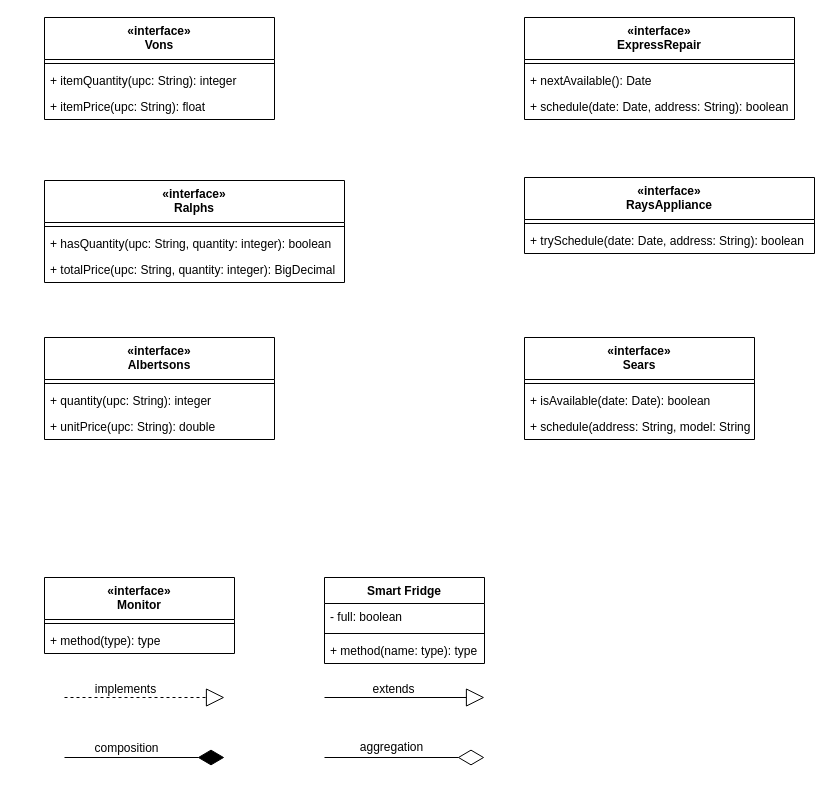
nateqdruen/CISC210Final keeps this draw.io diagram as page "ClassDiagram_SmartFridge" (1 of 2) of FinalExample.drawio. Above is the earlier version. Source tidied: cells renumbered, new cells numbered last; positions are measured from the earlier drawing's top-left corner, leaving out a move shared by most shapes. Both pictures are drawn from the tidied source at 100%, with x=0, y=0 at pixel (44, 17).
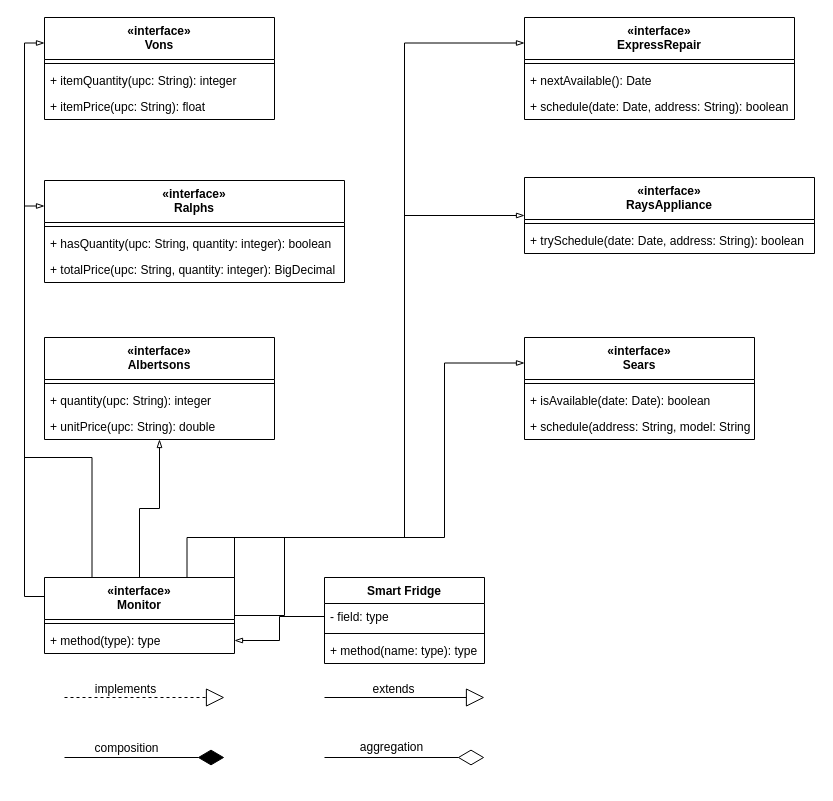
The same diagram, later.

The change refers to these unchanged cells:
```xml
<mxCell id="2" value="«interface»&#10;Vons" style="swimlane;fontStyle=1;align=center;verticalAlign=top;horizontal=1;startSize=42;" parent="1" vertex="1">
  <mxGeometry width="230" height="102" as="geometry" />
</mxCell>
<mxCell id="6" value="«interface»&#10;ExpressRepair" style="swimlane;fontStyle=1;align=center;verticalAlign=top;horizontal=1;startSize=42;" parent="1" vertex="1">
  <mxGeometry x="480" width="270" height="102" as="geometry" />
</mxCell>
<mxCell id="10" value="«interface»&#10;Sears" style="swimlane;fontStyle=1;align=center;verticalAlign=top;horizontal=1;startSize=42;" parent="1" vertex="1">
  <mxGeometry x="480" y="320" width="230" height="102" as="geometry" />
</mxCell>
<mxCell id="14" value="«interface»&#10;RaysAppliance" style="swimlane;fontStyle=1;align=center;verticalAlign=top;horizontal=1;startSize=42;" parent="1" vertex="1">
  <mxGeometry x="480" y="160" width="290" height="76" as="geometry" />
</mxCell>
<mxCell id="17" value="«interface»&#10;Albertsons" style="swimlane;fontStyle=1;align=center;verticalAlign=top;horizontal=1;startSize=42;" parent="1" vertex="1">
  <mxGeometry y="320" width="230" height="102" as="geometry" />
</mxCell>
<mxCell id="21" value="«interface»&#10;Ralphs" style="swimlane;fontStyle=1;align=center;verticalAlign=top;horizontal=1;startSize=42;" parent="1" vertex="1">
  <mxGeometry y="163" width="300" height="102" as="geometry" />
</mxCell>
<mxCell id="25" value="«interface»&#10;Monitor" style="swimlane;fontStyle=1;align=center;verticalAlign=top;horizontal=1;startSize=42;" parent="1" vertex="1">
  <mxGeometry y="560" width="190" height="76" as="geometry" />
</mxCell>
<mxCell id="27" value="+ method(type): type" style="text;strokeColor=none;fillColor=none;align=left;verticalAlign=top;spacingLeft=4;spacingRight=4;overflow=hidden;points=[[0,0.5],[1,0.5]];portConstraint=eastwest;" parent="25" vertex="1">
  <mxGeometry y="50" width="190" height="26" as="geometry" />
</mxCell>
<mxCell id="28" value="Smart Fridge" style="swimlane;fontStyle=1;align=center;verticalAlign=top;horizontal=1;startSize=26;" parent="1" vertex="1">
  <mxGeometry x="280" y="560" width="160" height="86" as="geometry" />
</mxCell>
```

What changed in the source:
```diff
@@
+    <mxCell id="40" style="edgeStyle=orthogonalEdgeStyle;rounded=0;jettySize=auto;html=1;endArrow=blockThin;endFill=0;" parent="1" edge="1" source="25" target="17">
+      <mxGeometry relative="1" as="geometry" />
+    </mxCell>
+    <mxCell id="41" style="edgeStyle=orthogonalEdgeStyle;rounded=0;jettySize=auto;html=1;exitX=0.25;exitY=0;exitDx=0;exitDy=0;entryX=0;entryY=0.25;entryDx=0;entryDy=0;endArrow=blockThin;endFill=0;" parent="1" edge="1" source="25" target="21">
+      <mxGeometry relative="1" as="geometry">
+        <Array as="points">
+          <mxPoint x="47" y="440" />
+          <mxPoint x="-20" y="440" />
+          <mxPoint x="-20" y="189" />
+        </Array>
+      </mxGeometry>
+    </mxCell>
+    <mxCell id="42" style="edgeStyle=orthogonalEdgeStyle;rounded=0;jettySize=auto;html=1;exitX=0;exitY=0.25;exitDx=0;exitDy=0;entryX=0;entryY=0.25;entryDx=0;entryDy=0;endArrow=blockThin;endFill=0;" parent="1" edge="1" source="25" target="2">
+      <mxGeometry relative="1" as="geometry" />
+    </mxCell>
+    <mxCell id="43" style="edgeStyle=orthogonalEdgeStyle;rounded=0;jettySize=auto;html=1;exitX=1;exitY=0.5;exitDx=0;exitDy=0;entryX=0;entryY=0.25;entryDx=0;entryDy=0;endArrow=blockThin;endFill=0;" parent="1" edge="1" source="25" target="10">
+      <mxGeometry relative="1" as="geometry">
+        <Array as="points">
+          <mxPoint x="240" y="598" />
+          <mxPoint x="240" y="520" />
+          <mxPoint x="400" y="520" />
+          <mxPoint x="400" y="345" />
+        </Array>
+      </mxGeometry>
+    </mxCell>
+    <mxCell id="44" style="edgeStyle=orthogonalEdgeStyle;rounded=0;jettySize=auto;html=1;exitX=1;exitY=0.25;exitDx=0;exitDy=0;entryX=0;entryY=0.5;entryDx=0;entryDy=0;endArrow=blockThin;endFill=0;" parent="1" edge="1" source="25" target="14">
+      <mxGeometry relative="1" as="geometry">
+        <Array as="points">
+          <mxPoint x="190" y="520" />
+          <mxPoint x="360" y="520" />
+          <mxPoint x="360" y="198" />
+        </Array>
+      </mxGeometry>
+    </mxCell>
+    <mxCell id="45" style="edgeStyle=orthogonalEdgeStyle;rounded=0;jettySize=auto;html=1;exitX=0.75;exitY=0;exitDx=0;exitDy=0;entryX=0;entryY=0.25;entryDx=0;entryDy=0;endArrow=blockThin;endFill=0;" parent="1" edge="1" source="25" target="6">
+      <mxGeometry relative="1" as="geometry">
+        <Array as="points">
+          <mxPoint x="143" y="520" />
+          <mxPoint x="360" y="520" />
+          <mxPoint x="360" y="25" />
+        </Array>
+      </mxGeometry>
+    </mxCell>
@@
-    <mxCell id="29" value="- full: boolean" style="text;strokeColor=none;fillColor=none;align=left;verticalAlign=top;spacingLeft=4;spacingRight=4;overflow=hidden;points=[[0,0.5],[1,0.5]];portConstraint=eastwest;" parent="28" vertex="1">
+    <mxCell id="29" value="- field: type" style="text;strokeColor=none;fillColor=none;align=left;verticalAlign=top;spacingLeft=4;spacingRight=4;overflow=hidden;points=[[0,0.5],[1,0.5]];portConstraint=eastwest;" parent="28" vertex="1">
       <mxGeometry y="26" width="160" height="26" as="geometry" />
     </mxCell>
@@
+    <mxCell id="46" style="edgeStyle=orthogonalEdgeStyle;rounded=0;jettySize=auto;html=1;endArrow=blockThin;endFill=0;entryX=1;entryY=0.5;entryDx=0;entryDy=0;" parent="1" edge="1" source="29" target="27">
+      <mxGeometry relative="1" as="geometry" />
+    </mxCell>
```
